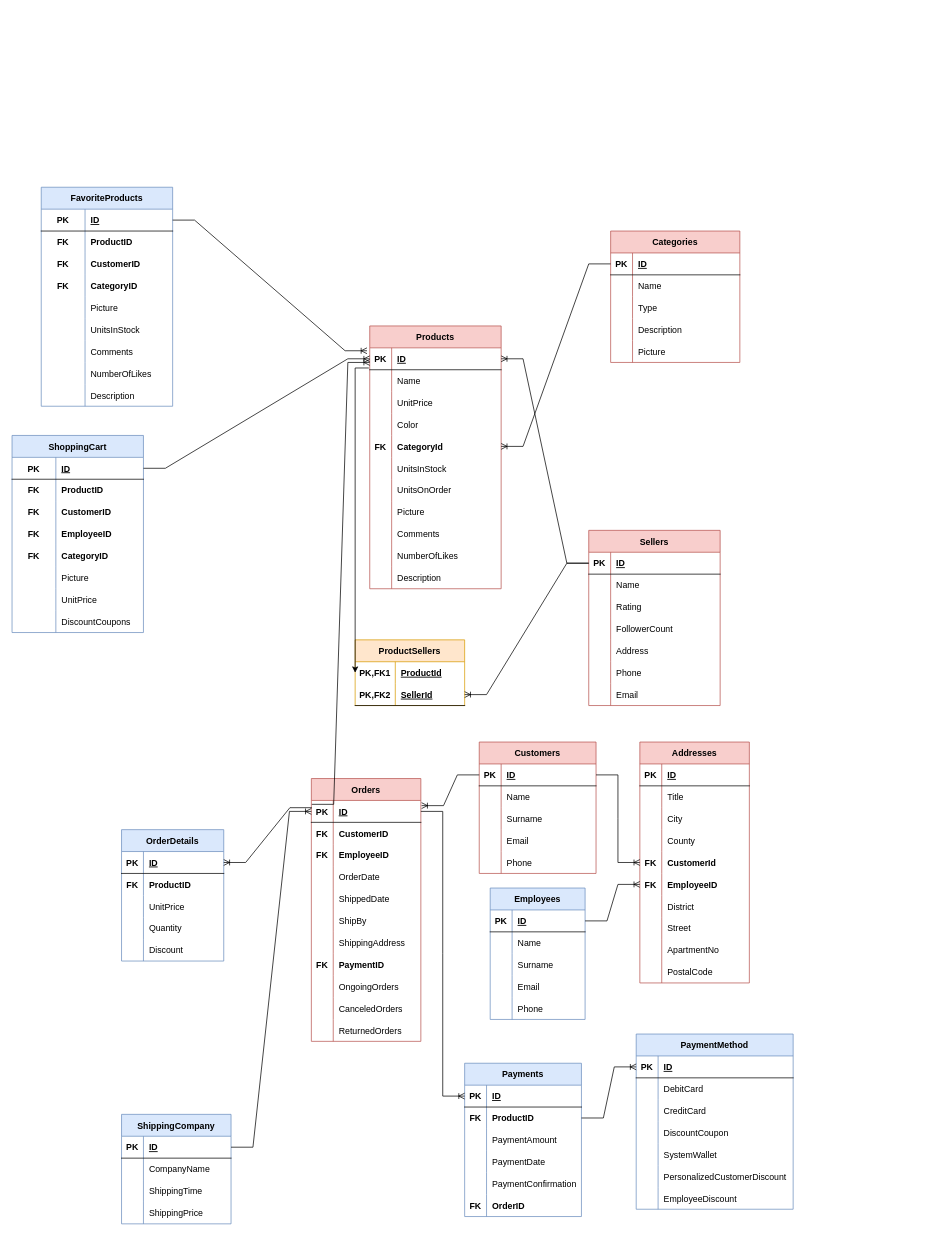
Earlier version of the draw.io diagram Untitled Diagram.drawio (HandeYetisen/AkademiOdevlerPair). Source tidied: cells renumbered, new cells numbered last; positions are measured from the earlier drawing's top-left corner, leaving out a move shared by most shapes. Both pictures are drawn from the tidied source at 73%, with x=0, y=0 at pixel (12, 187).
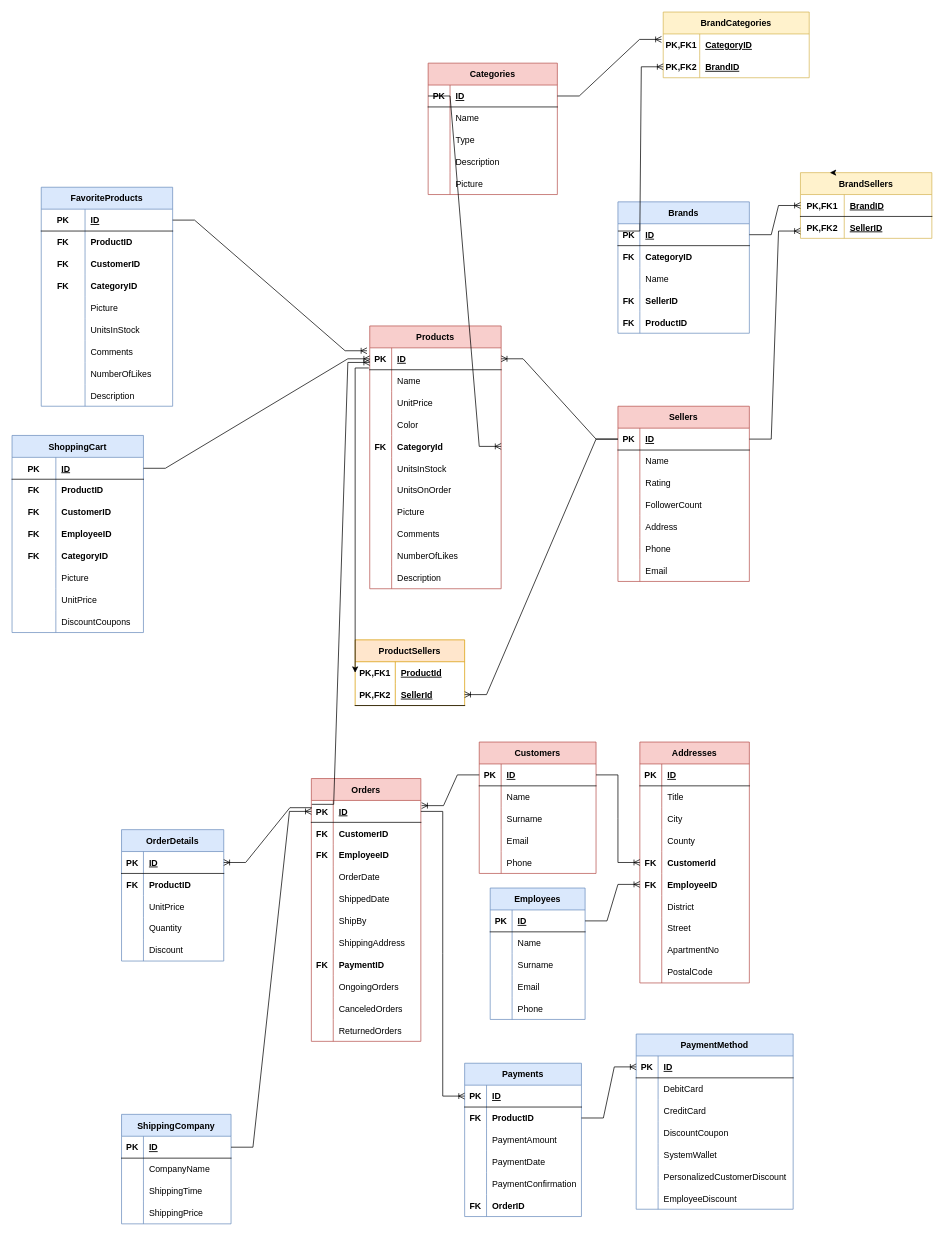
After the change.

The change refers to these unchanged cells:
```xml
<mxCell id="37" style="shape=tableRow;horizontal=0;startSize=0;swimlaneHead=0;swimlaneBody=0;fillColor=none;points=[[0,0.5],[1,0.5]];portConstraint=eastwest;top=0;left=0;right=0;bottom=1;" parent="36" vertex="1">
  <mxGeometry y="30" width="177" height="30" as="geometry" />
</mxCell>
<mxCell id="103" style="shape=tableRow;horizontal=0;startSize=0;swimlaneHead=0;swimlaneBody=0;fillColor=none;points=[[0,0.5],[1,0.5]];portConstraint=eastwest;top=0;left=0;right=0;bottom=1;" parent="102" vertex="1">
  <mxGeometry y="30" width="180" height="30" as="geometry" />
</mxCell>
```

The edit, as a diff of the source:
```diff
@@
     <mxCell id="36" value="Categories" style="shape=table;startSize=30;childLayout=tableLayout;rowLines=0;fontStyle=1;align=center;fillColor=#f8cecc;strokeColor=#b85450;" parent="1" vertex="1">
-      <mxGeometry x="820" y="60" width="177" height="180" as="geometry" />
+      <mxGeometry x="570" y="-170" width="177" height="180" as="geometry" />
     </mxCell>
@@
     <mxCell id="102" value="Sellers" style="shape=table;startSize=30;childLayout=tableLayout;rowLines=0;fontStyle=1;align=center;fillColor=#f8cecc;strokeColor=#b85450;" parent="1" vertex="1">
-      <mxGeometry x="790" y="470" width="180" height="240" as="geometry" />
+      <mxGeometry x="830" y="300" width="180" height="240" as="geometry" />
     </mxCell>
@@
+    <mxCell id="316" value="Brands" style="shape=table;startSize=30;childLayout=tableLayout;rowLines=0;fontStyle=1;align=center;fillColor=#dae8fc;strokeColor=#6c8ebf;" parent="1" vertex="1">
+      <mxGeometry x="830" y="20" width="180" height="180" as="geometry" />
+    </mxCell>
+    <mxCell id="317" style="shape=tableRow;horizontal=0;startSize=0;swimlaneHead=0;swimlaneBody=0;fillColor=none;points=[[0,0.5],[1,0.5]];portConstraint=eastwest;top=0;left=0;right=0;bottom=1;" parent="316" vertex="1">
+      <mxGeometry y="30" width="180" height="30" as="geometry" />
+    </mxCell>
+    <mxCell id="318" value="PK" style="shape=partialRectangle;fillColor=none;top=0;left=0;bottom=0;right=0;fontStyle=1;overflow=hidden;" parent="317" vertex="1">
+      <mxGeometry width="30" height="30" as="geometry" />
+    </mxCell>
+    <mxCell id="319" value="ID" style="shape=partialRectangle;fillColor=none;top=0;left=0;bottom=0;right=0;align=left;spacingLeft=6;fontStyle=5;overflow=hidden;" parent="317" vertex="1">
+      <mxGeometry x="30" width="150" height="30" as="geometry" />
+    </mxCell>
+    <mxCell id="320" style="shape=tableRow;horizontal=0;startSize=0;swimlaneHead=0;swimlaneBody=0;fillColor=none;top=0;left=0;right=0;bottom=0;" parent="316" vertex="1">
+      <mxGeometry y="60" width="180" height="30" as="geometry" />
+    </mxCell>
+    <mxCell id="321" value="FK" style="shape=partialRectangle;fillColor=none;top=0;left=0;bottom=0;right=0;overflow=hidden;fontStyle=1;" parent="320" vertex="1">
+      <mxGeometry width="30" height="30" as="geometry" />
+    </mxCell>
+    <mxCell id="322" value="CategoryID" style="shape=partialRectangle;fillColor=none;top=0;left=0;bottom=0;right=0;align=left;spacingLeft=6;overflow=hidden;fontStyle=1;" parent="320" vertex="1">
+      <mxGeometry x="30" width="150" height="30" as="geometry" />
+    </mxCell>
+    <mxCell id="323" style="shape=tableRow;horizontal=0;startSize=0;swimlaneHead=0;swimlaneBody=0;fillColor=none;top=0;left=0;right=0;bottom=0;" parent="316" vertex="1">
+      <mxGeometry y="90" width="180" height="30" as="geometry" />
+    </mxCell>
+    <mxCell id="324" style="shape=partialRectangle;fillColor=none;top=0;left=0;bottom=0;right=0;overflow=hidden;" parent="323" vertex="1">
+      <mxGeometry width="30" height="30" as="geometry" />
+    </mxCell>
+    <mxCell id="325" value="Name" style="shape=partialRectangle;fillColor=none;top=0;left=0;bottom=0;right=0;align=left;spacingLeft=6;overflow=hidden;" parent="323" vertex="1">
+      <mxGeometry x="30" width="150" height="30" as="geometry" />
+    </mxCell>
+    <mxCell id="326" style="shape=tableRow;horizontal=0;startSize=0;swimlaneHead=0;swimlaneBody=0;fillColor=none;top=0;left=0;right=0;bottom=0;" parent="316" vertex="1">
+      <mxGeometry y="120" width="180" height="30" as="geometry" />
+    </mxCell>
+    <mxCell id="327" value="FK" style="shape=partialRectangle;fillColor=none;top=0;left=0;bottom=0;right=0;overflow=hidden;fontStyle=1;" parent="326" vertex="1">
+      <mxGeometry width="30" height="30" as="geometry" />
+    </mxCell>
+    <mxCell id="328" value="SellerID" style="shape=partialRectangle;fillColor=none;top=0;left=0;bottom=0;right=0;align=left;spacingLeft=6;overflow=hidden;fontStyle=1;" parent="326" vertex="1">
+      <mxGeometry x="30" width="150" height="30" as="geometry" />
+    </mxCell>
+    <mxCell id="329" style="shape=tableRow;horizontal=0;startSize=0;swimlaneHead=0;swimlaneBody=0;fillColor=none;top=0;left=0;right=0;bottom=0;" parent="316" vertex="1">
+      <mxGeometry y="150" width="180" height="30" as="geometry" />
+    </mxCell>
+    <mxCell id="330" value="FK" style="shape=partialRectangle;fillColor=none;top=0;left=0;bottom=0;right=0;overflow=hidden;fontStyle=1;" parent="329" vertex="1">
+      <mxGeometry width="30" height="30" as="geometry" />
+    </mxCell>
+    <mxCell id="331" value="ProductID" style="shape=partialRectangle;fillColor=none;top=0;left=0;bottom=0;right=0;align=left;spacingLeft=6;overflow=hidden;fontStyle=1;" parent="329" vertex="1">
+      <mxGeometry x="30" width="150" height="30" as="geometry" />
+    </mxCell>
+    <mxCell id="332" value="BrandCategories" style="shape=table;startSize=30;childLayout=tableLayout;rowLines=0;fontStyle=1;align=center;fillColor=#fff2cc;strokeColor=#d6b656;" parent="1" vertex="1">
+      <mxGeometry x="892" y="-240" width="200" height="90" as="geometry" />
+    </mxCell>
+    <mxCell id="333" style="shape=tableRow;horizontal=0;startSize=0;swimlaneHead=0;swimlaneBody=0;fillColor=none;top=0;left=0;right=0;bottom=0;" parent="332" vertex="1">
+      <mxGeometry y="30" width="200" height="30" as="geometry" />
+    </mxCell>
+    <mxCell id="334" value="PK,FK1" style="shape=partialRectangle;fillColor=none;top=0;left=0;bottom=0;right=0;overflow=hidden;fontStyle=1;" parent="333" vertex="1">
+      <mxGeometry width="50" height="30" as="geometry" />
+    </mxCell>
+    <mxCell id="335" value="CategoryID" style="shape=partialRectangle;fillColor=none;top=0;left=0;bottom=0;right=0;align=left;spacingLeft=6;overflow=hidden;fontStyle=5;" parent="333" vertex="1">
+      <mxGeometry x="50" width="150" height="30" as="geometry" />
+    </mxCell>
+    <mxCell id="336" style="shape=tableRow;horizontal=0;startSize=0;swimlaneHead=0;swimlaneBody=0;fillColor=none;points=[[0,0.5],[1,0.5]];portConstraint=eastwest;top=0;left=0;right=0;bottom=0;" parent="332" vertex="1">
+      <mxGeometry y="60" width="200" height="30" as="geometry" />
+    </mxCell>
+    <mxCell id="337" value="PK,FK2" style="shape=partialRectangle;fillColor=none;top=0;left=0;bottom=0;right=0;overflow=hidden;fontStyle=1;" parent="336" vertex="1">
+      <mxGeometry width="50" height="30" as="geometry" />
+    </mxCell>
+    <mxCell id="338" value="BrandID" style="shape=partialRectangle;fillColor=none;top=0;left=0;bottom=0;right=0;align=left;spacingLeft=6;overflow=hidden;fontStyle=5;" parent="336" vertex="1">
+      <mxGeometry x="50" width="150" height="30" as="geometry" />
+    </mxCell>
+    <mxCell id="339" value="BrandSellers" style="shape=table;startSize=30;childLayout=tableLayout;rowLines=0;fontStyle=1;align=center;fillColor=#fff2cc;strokeColor=#d6b656;" parent="1" vertex="1">
+      <mxGeometry x="1080" y="-20" width="180" height="90" as="geometry" />
+    </mxCell>
+    <mxCell id="340" style="shape=tableRow;horizontal=0;startSize=0;swimlaneHead=0;swimlaneBody=0;fillColor=none;points=[[0,0.5],[1,0.5]];portConstraint=eastwest;top=0;left=0;right=0;bottom=1;" parent="339" vertex="1">
+      <mxGeometry y="30" width="180" height="30" as="geometry" />
+    </mxCell>
+    <mxCell id="341" value="PK,FK1" style="shape=partialRectangle;fillColor=none;top=0;left=0;bottom=0;right=0;fontStyle=1;overflow=hidden;" parent="340" vertex="1">
+      <mxGeometry width="60" height="30" as="geometry" />
+    </mxCell>
+    <mxCell id="342" value="BrandID" style="shape=partialRectangle;fillColor=none;top=0;left=0;bottom=0;right=0;align=left;spacingLeft=6;fontStyle=5;overflow=hidden;" parent="340" vertex="1">
+      <mxGeometry x="60" width="120" height="30" as="geometry" />
+    </mxCell>
+    <mxCell id="343" style="shape=tableRow;horizontal=0;startSize=0;swimlaneHead=0;swimlaneBody=0;fillColor=none;top=0;left=0;right=0;bottom=0;" parent="339" vertex="1">
+      <mxGeometry y="60" width="180" height="30" as="geometry" />
+    </mxCell>
+    <mxCell id="344" value="PK,FK2" style="shape=partialRectangle;fillColor=none;top=0;left=0;bottom=0;right=0;overflow=hidden;fontStyle=1;" parent="343" vertex="1">
+      <mxGeometry width="60" height="30" as="geometry" />
+    </mxCell>
+    <mxCell id="345" value="SellerID" style="shape=partialRectangle;fillColor=none;top=0;left=0;bottom=0;right=0;align=left;spacingLeft=6;overflow=hidden;fontStyle=5;" parent="343" vertex="1">
+      <mxGeometry x="60" width="120" height="30" as="geometry" />
+    </mxCell>
+    <mxCell id="346" style="edgeStyle=orthogonalEdgeStyle;rounded=0;orthogonalLoop=1;jettySize=auto;html=1;exitX=0.25;exitY=0;exitDx=0;exitDy=0;entryX=0.224;entryY=0.011;entryDx=0;entryDy=0;entryPerimeter=0;" parent="1" edge="1" source="339" target="339">
+      <mxGeometry relative="1" as="geometry" />
+    </mxCell>
+    <mxCell id="347" style="edgeStyle=entityRelationEdgeStyle;fontSize=12;html=1;endArrow=ERoneToMany;rounded=0;entryX=0;entryY=0.5;entryDx=0;entryDy=0;" parent="1" edge="1" target="336">
+      <mxGeometry relative="1" as="geometry">
+        <mxPoint x="830" y="60" as="sourcePoint" />
+      </mxGeometry>
+    </mxCell>
+    <mxCell id="348" style="edgeStyle=entityRelationEdgeStyle;fontSize=12;html=1;endArrow=ERoneToMany;rounded=0;entryX=-0.012;entryY=0.25;entryDx=0;entryDy=0;exitX=1;exitY=0.5;exitDx=0;exitDy=0;entryPerimeter=0;" parent="1" edge="1" source="37">
+      <mxGeometry relative="1" as="geometry">
+        <mxPoint x="889.6" y="-202.5" as="targetPoint" />
+      </mxGeometry>
+    </mxCell>
+    <mxCell id="349" style="edgeStyle=entityRelationEdgeStyle;fontSize=12;html=1;endArrow=ERoneToMany;rounded=0;entryX=0;entryY=0.5;entryDx=0;entryDy=0;" parent="1" edge="1" source="317" target="340">
+      <mxGeometry relative="1" as="geometry" />
+    </mxCell>
+    <mxCell id="350" style="edgeStyle=entityRelationEdgeStyle;fontSize=12;html=1;endArrow=ERoneToMany;rounded=0;entryX=-0.012;entryY=0.25;entryDx=0;entryDy=0;exitX=1;exitY=0.5;exitDx=0;exitDy=0;entryPerimeter=0;" parent="1" edge="1" source="103">
+      <mxGeometry relative="1" as="geometry">
+        <mxPoint x="1080" y="60" as="targetPoint" />
+      </mxGeometry>
+    </mxCell>
```
